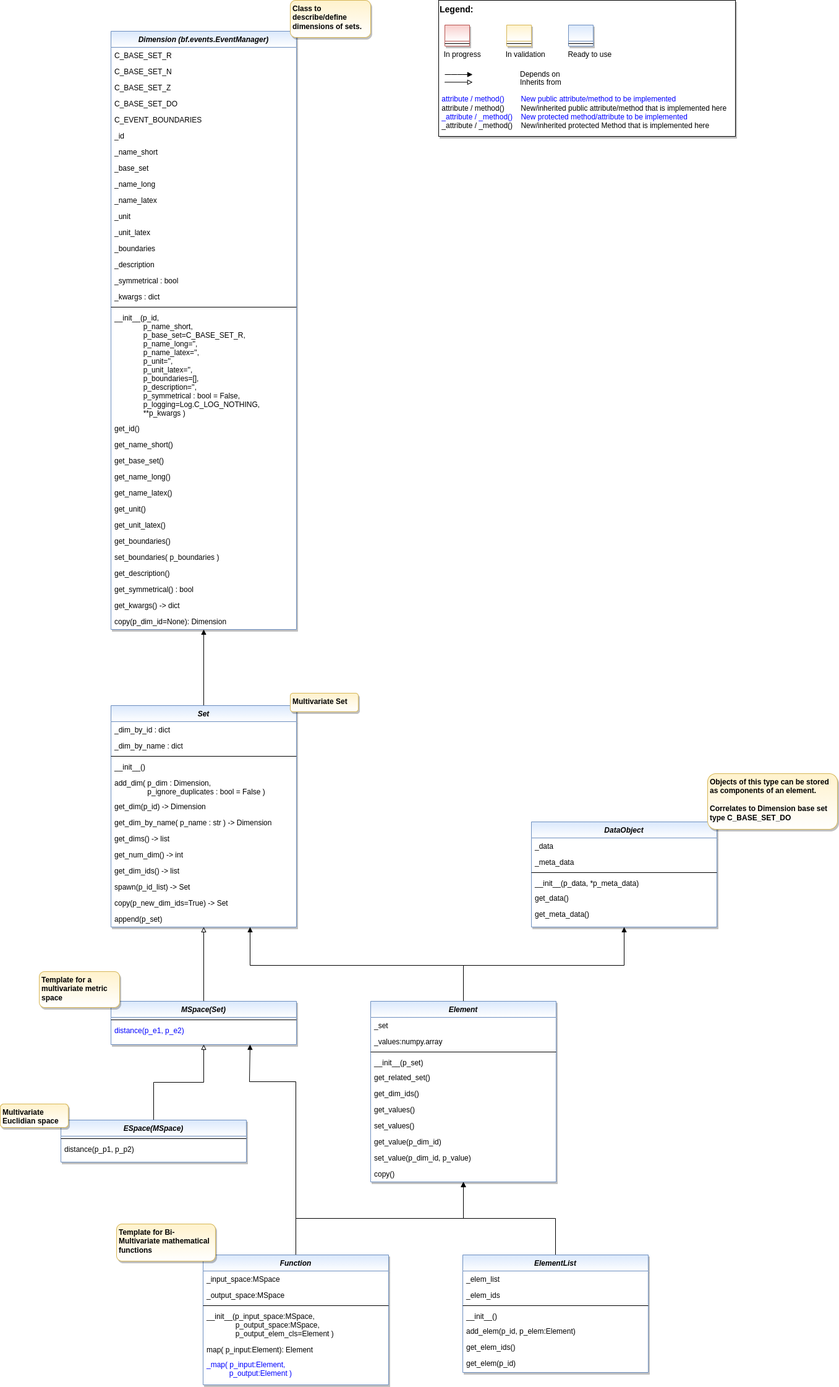
Above: doc/rtd/content/append2/core/images/bf/MLPro-BF-Math_class_diagram.drawio.png in fhswf/MLPro (draw.io), before the change. Source tidied: cells renumbered, new cells last; positions are measured from the earlier drawing's top-left corner, leaving out a move shared by most shapes.
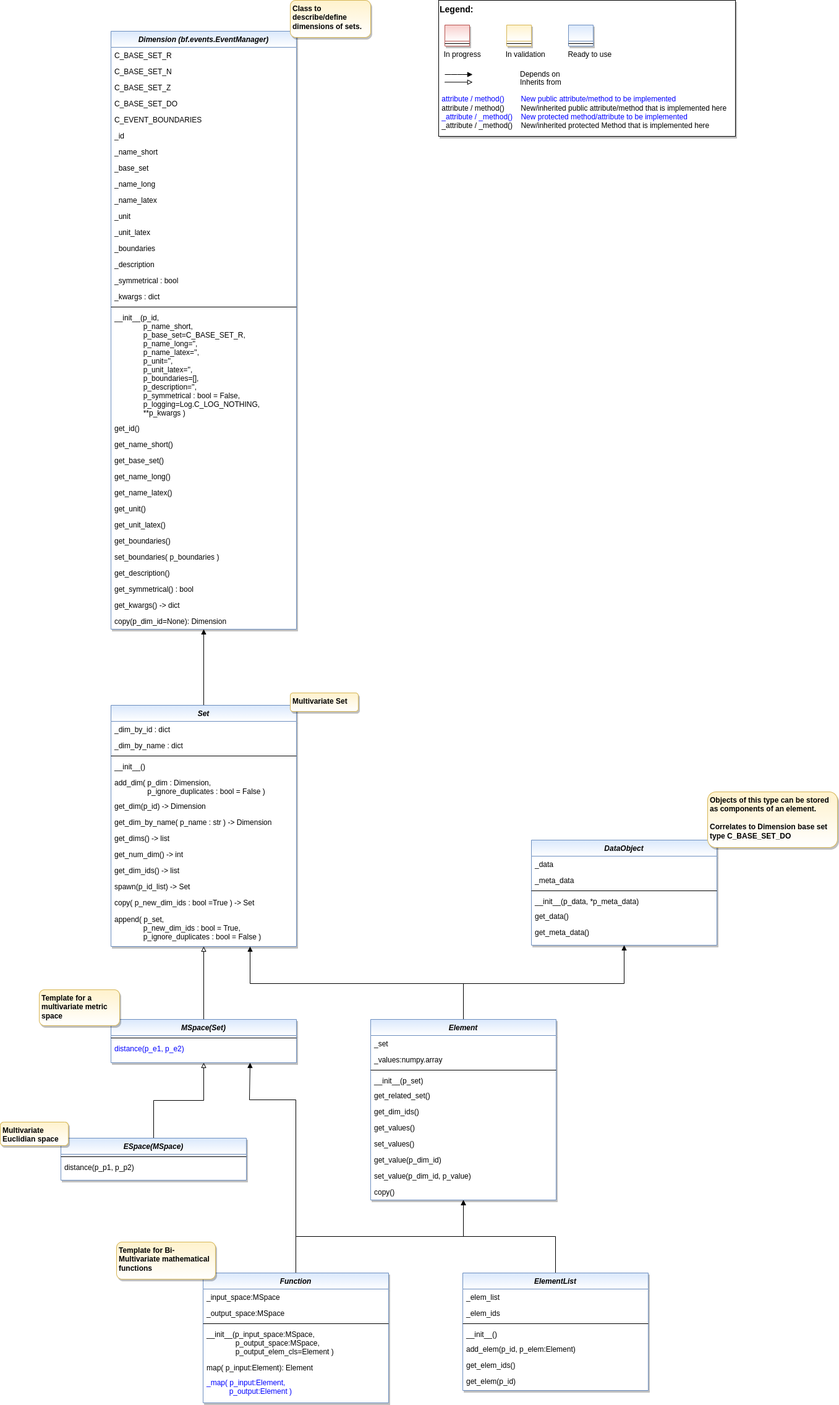
The same diagram one commit later.

Change to the diagram source:
```diff
@@ -6,7 +6,7 @@
       <mxGeometry relative="1" as="geometry" />
     </mxCell>
     <mxCell id="3" value="Set" style="swimlane;fontStyle=3;align=center;verticalAlign=top;horizontal=1;startSize=26;rounded=0;shadow=1;strokeWidth=1;fillColor=#dae8fc;strokeColor=#6c8ebf;gradientColor=#ffffff;swimlaneFillColor=#ffffff;" parent="1" vertex="1">
-      <mxGeometry x="179" y="1140" width="300" height="358" as="geometry" />
+      <mxGeometry x="179" y="1110" width="300" height="390" as="geometry" />
     </mxCell>
     <mxCell id="4" value="_dim_by_id : dict" style="text;align=left;verticalAlign=top;spacingLeft=4;spacingRight=4;overflow=hidden;" parent="3" vertex="1">
       <mxGeometry y="26" width="300" height="26" as="geometry" />
@@ -41,14 +41,14 @@
     <mxCell id="14" value="spawn(p_id_list) -&gt; Set" style="text;align=left;verticalAlign=top;spacingLeft=4;spacingRight=4;overflow=hidden;" parent="3" vertex="1">
       <mxGeometry y="280" width="300" height="26" as="geometry" />
     </mxCell>
-    <mxCell id="15" value="copy(p_new_dim_ids=True) -&gt; Set" style="text;align=left;verticalAlign=top;spacingLeft=4;spacingRight=4;overflow=hidden;" parent="3" vertex="1">
-      <mxGeometry y="306" width="300" height="26" as="geometry" />
+    <mxCell id="15" value="copy( p_new_dim_ids : bool =True ) -&gt; Set" style="text;align=left;verticalAlign=top;spacingLeft=4;spacingRight=4;overflow=hidden;" parent="3" vertex="1">
+      <mxGeometry y="306" width="300" height="27" as="geometry" />
     </mxCell>
-    <mxCell id="16" value="append(p_set)" style="text;align=left;verticalAlign=top;spacingLeft=4;spacingRight=4;overflow=hidden;" parent="3" vertex="1">
-      <mxGeometry y="332" width="300" height="26" as="geometry" />
+    <mxCell id="16" value="append( p_set,&#10;              p_new_dim_ids : bool = True,&#10;              p_ignore_duplicates : bool = False )" style="text;align=left;verticalAlign=top;spacingLeft=4;spacingRight=4;overflow=hidden;" parent="3" vertex="1">
+      <mxGeometry y="333" width="300" height="53" as="geometry" />
     </mxCell>
     <mxCell id="17" value="Dimension (bf.events.EventManager)" style="swimlane;fontStyle=3;align=center;verticalAlign=top;horizontal=1;startSize=26;rounded=0;shadow=1;strokeWidth=1;fillColor=#dae8fc;strokeColor=#6c8ebf;glass=0;gradientColor=#ffffff;swimlaneFillColor=#ffffff;" parent="1" vertex="1">
-      <mxGeometry x="179" y="50" width="300" height="967" as="geometry" />
+      <mxGeometry x="179" y="20" width="300" height="967" as="geometry" />
     </mxCell>
     <mxCell id="18" value="C_BASE_SET_R" style="text;align=left;verticalAlign=top;spacingLeft=4;spacingRight=4;overflow=hidden;" parent="17" vertex="1">
       <mxGeometry y="26" width="300" height="26" as="geometry" />
@@ -168,7 +168,7 @@
       <mxGeometry y="136" width="300" height="26" as="geometry" />
     </mxCell>
     <mxCell id="57" style="group;" parent="1" vertex="1">
-      <mxGeometry x="709" width="480" height="220" as="geometry" />
+      <mxGeometry x="709" y="-30" width="480" height="220" as="geometry" />
     </mxCell>
     <mxCell id="58" value="&lt;font color=&quot;#000000&quot; size=&quot;1&quot;&gt;&lt;b style=&quot;font-size: 14px&quot;&gt;Legend:&lt;br&gt;&lt;/b&gt;&lt;/font&gt;&lt;br&gt;&lt;br&gt;&lt;br&gt;&lt;font color=&quot;#0000ff&quot; style=&quot;font-size: 6px&quot;&gt;&lt;br&gt;&lt;/font&gt;&lt;span style=&quot;color: rgb(0 , 0 , 0)&quot;&gt;&lt;font style=&quot;font-size: 4px&quot;&gt;&amp;nbsp; &amp;nbsp;&lt;/font&gt;&amp;nbsp;In progress&amp;nbsp; &amp;nbsp; &amp;nbsp; &amp;nbsp; &amp;nbsp; &amp;nbsp; In validation&amp;nbsp; &amp;nbsp; &amp;nbsp; &amp;nbsp; &amp;nbsp; &amp;nbsp;Ready to use&lt;/span&gt;&lt;font color=&quot;#000000&quot;&gt;&amp;nbsp;&lt;br&gt;&lt;/font&gt;&lt;font color=&quot;#0000ff&quot;&gt;&lt;br&gt;&lt;br&gt;&lt;br&gt;&lt;br&gt;&amp;nbsp;attribute / method()&amp;nbsp; &amp;nbsp; &amp;nbsp; &amp;nbsp; New public attribute/method to be implemented&lt;/font&gt;&lt;br&gt;&lt;font color=&quot;#000000&quot;&gt;&amp;nbsp;&lt;/font&gt;&lt;font color=&quot;#000000&quot;&gt;attribute / method()&lt;span&gt;&#9;&lt;/span&gt;&amp;nbsp; &amp;nbsp; &amp;nbsp; &amp;nbsp;New/inherited public attribute/method that is implemented here&lt;br&gt;&lt;/font&gt;&lt;font color=&quot;#0000ff&quot;&gt;&amp;nbsp;_attribute /&amp;nbsp;&lt;/font&gt;&lt;font color=&quot;#0000ff&quot;&gt;_method()&amp;nbsp; &amp;nbsp; New protected method/attribute to be implemented&lt;/font&gt;&lt;br&gt;&lt;font color=&quot;#000000&quot;&gt;&amp;nbsp;_attribute / _method()&amp;nbsp; &amp;nbsp; New/inherited protected Method that is implemented here&lt;br&gt;&lt;/font&gt;&lt;font color=&quot;#000000&quot;&gt;&lt;br&gt;&lt;br&gt;&lt;br&gt;&lt;br&gt;&lt;br&gt;&lt;/font&gt;" style="text;html=1;align=left;verticalAlign=top;whiteSpace=wrap;rounded=0;fontColor=#006600;strokeColor=#000000;shadow=1;fillColor=#ffffff;" parent="57" vertex="1">
       <mxGeometry width="480" height="220" as="geometry" />
@@ -341,10 +341,10 @@
       <mxGeometry y="164" width="300" height="36" as="geometry" />
     </mxCell>
     <mxCell id="106" value="&lt;span style=&quot;text-align: center;&quot;&gt;Class to describe/define dimensions of sets.&lt;/span&gt;" style="rounded=1;whiteSpace=wrap;html=1;fillColor=#fff2cc;strokeColor=#d6b656;gradientColor=#FFFFFF;shadow=1;fontStyle=1;align=left;verticalAlign=top;spacingLeft=2;" parent="1" vertex="1">
-      <mxGeometry x="469" width="130" height="60" as="geometry" />
+      <mxGeometry x="469" y="-30" width="130" height="60" as="geometry" />
     </mxCell>
     <mxCell id="107" value="&lt;span style=&quot;text-align: center;&quot;&gt;Multivariate Set&lt;/span&gt;" style="rounded=1;whiteSpace=wrap;html=1;fillColor=#fff2cc;strokeColor=#d6b656;gradientColor=#FFFFFF;shadow=1;fontStyle=1;align=left;verticalAlign=top;spacingLeft=2;" parent="1" vertex="1">
-      <mxGeometry x="469" y="1120" width="110" height="30" as="geometry" />
+      <mxGeometry x="469" y="1090" width="110" height="30" as="geometry" />
     </mxCell>
     <mxCell id="108" value="&lt;span style=&quot;&quot;&gt;Objects of this type can be stored as components of an element.&lt;/span&gt;&lt;br style=&quot;&quot;&gt;&lt;br style=&quot;&quot;&gt;&lt;span style=&quot;&quot;&gt;Correlates to Dimension base set type C_BASE_SET_DO&lt;/span&gt;" style="rounded=1;whiteSpace=wrap;html=1;fillColor=#fff2cc;strokeColor=#d6b656;gradientColor=#FFFFFF;shadow=1;fontStyle=1;align=left;verticalAlign=top;spacingLeft=2;" parent="1" vertex="1">
       <mxGeometry x="1144" y="1250" width="210" height="90" as="geometry" />
```
